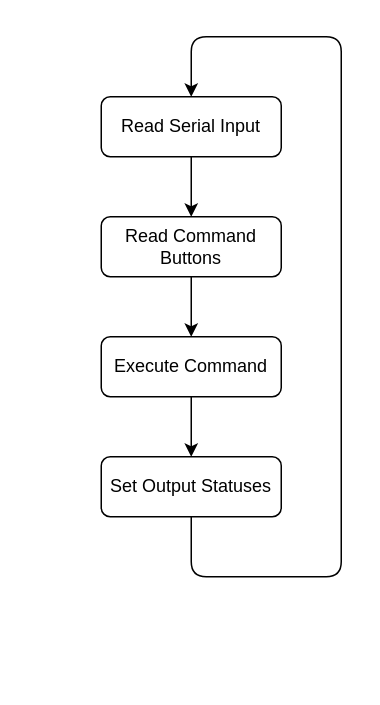
The draw.io diagram prototyping-documentation/software-block-diagram.drawio in pdnelson/Automatic-Turntable-STM-01, before the edit. Source tidied: cells renumbered, new cells numbered last; positions are measured from the earlier drawing's top-left corner, leaving out a move shared by most shapes. Both pictures are drawn from the tidied source at 150%, with x=0, y=0 at pixel (100, 36).
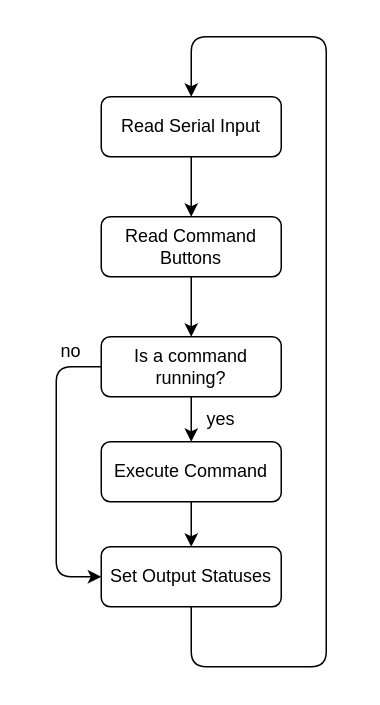
The same page after the edit.

What changed in the source:
```diff
@@
 <mxGraphModel>
   <root>
     <mxCell id="0" />
     <mxCell id="1" parent="0" />
-    <mxCell id="2" style="edgeStyle=none;html=1;exitX=0.5;exitY=1;exitDx=0;exitDy=0;entryX=0.5;entryY=0;entryDx=0;entryDy=0;" parent="1" edge="1" source="3" target="7">
-      <mxGeometry relative="1" as="geometry" />
-    </mxCell>
+    <mxCell id="10" style="edgeStyle=none;html=1;exitX=0.5;exitY=1;exitDx=0;exitDy=0;entryX=0.5;entryY=0;entryDx=0;entryDy=0;" parent="1" edge="1" source="3" target="13">
+      <mxGeometry relative="1" as="geometry" />
+    </mxCell>
     <mxCell id="3" value="Read Command Buttons" style="rounded=1;whiteSpace=wrap;html=1;" parent="1" vertex="1">
       <mxGeometry y="120" width="120" height="40" as="geometry" />
     </mxCell>
     <mxCell id="4" style="edgeStyle=none;html=1;exitX=0.5;exitY=1;exitDx=0;exitDy=0;entryX=0.5;entryY=0;entryDx=0;entryDy=0;" parent="1" edge="1" source="5" target="3">
       <mxGeometry relative="1" as="geometry" />
     </mxCell>
     <mxCell id="5" value="Read Serial Input" style="rounded=1;whiteSpace=wrap;html=1;" parent="1" vertex="1">
       <mxGeometry y="40" width="120" height="40" as="geometry" />
     </mxCell>
+    <mxCell id="11" style="edgeStyle=none;html=1;exitX=0;exitY=0.5;exitDx=0;exitDy=0;entryX=0;entryY=0.5;entryDx=0;entryDy=0;" parent="1" edge="1" source="13" target="9">
+      <mxGeometry relative="1" as="geometry">
+        <Array as="points">
+          <mxPoint x="-30" y="220" />
+          <mxPoint x="-30" y="360" />
+        </Array>
+      </mxGeometry>
+    </mxCell>
     <mxCell id="6" style="edgeStyle=none;html=1;exitX=0.5;exitY=1;exitDx=0;exitDy=0;entryX=0.5;entryY=0;entryDx=0;entryDy=0;" parent="1" edge="1" source="7" target="9">
       <mxGeometry relative="1" as="geometry" />
     </mxCell>
     <mxCell id="7" value="Execute Command" style="rounded=1;whiteSpace=wrap;html=1;" parent="1" vertex="1">
-      <mxGeometry y="200" width="120" height="40" as="geometry" />
+      <mxGeometry y="270" width="120" height="40" as="geometry" />
     </mxCell>
     <mxCell id="8" style="edgeStyle=none;html=1;exitX=0.5;exitY=1;exitDx=0;exitDy=0;entryX=0.5;entryY=0;entryDx=0;entryDy=0;" parent="1" edge="1" source="9" target="5">
       <mxGeometry relative="1" as="geometry">
         <Array as="points">
-          <mxPoint x="60" y="360" />
-          <mxPoint x="160" y="360" />
-          <mxPoint x="160" />
+          <mxPoint x="60" y="420" />
+          <mxPoint x="150" y="420" />
+          <mxPoint x="150" />
           <mxPoint x="60" />
         </Array>
       </mxGeometry>
     </mxCell>
     <mxCell id="9" value="Set Output Statuses" style="rounded=1;whiteSpace=wrap;html=1;" parent="1" vertex="1">
-      <mxGeometry y="280" width="120" height="40" as="geometry" />
+      <mxGeometry y="340" width="120" height="40" as="geometry" />
     </mxCell>
+    <mxCell id="12" style="edgeStyle=none;html=1;exitX=0.5;exitY=1;exitDx=0;exitDy=0;entryX=0.5;entryY=0;entryDx=0;entryDy=0;" parent="1" edge="1" source="13" target="7">
+      <mxGeometry relative="1" as="geometry" />
+    </mxCell>
+    <mxCell id="13" value="Is a command running?" style="rounded=1;whiteSpace=wrap;html=1;" parent="1" vertex="1">
+      <mxGeometry y="200" width="120" height="40" as="geometry" />
+    </mxCell>
+    <mxCell id="14" value="yes" style="text;html=1;align=center;verticalAlign=middle;whiteSpace=wrap;rounded=0;" parent="1" vertex="1">
+      <mxGeometry x="50" y="240" width="60" height="30" as="geometry" />
+    </mxCell>
+    <mxCell id="15" value="no" style="text;html=1;align=center;verticalAlign=middle;whiteSpace=wrap;rounded=0;" parent="1" vertex="1">
+      <mxGeometry x="-50" y="200" width="60" height="20" as="geometry" />
+    </mxCell>
   </root>
 </mxGraphModel>
```
